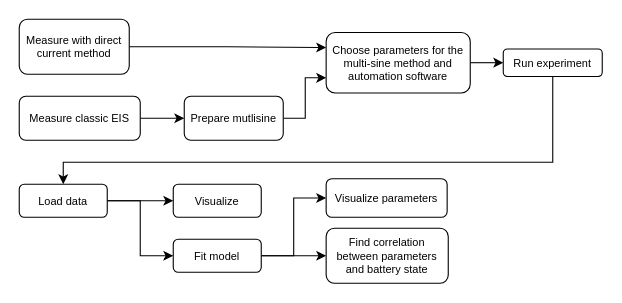
Above: figures/acquisition/DEIS_pipeline.drawio in federicoscarpioni/PhD_dissertation (draw.io), before the change. Source tidied: cells renumbered, new cells numbered last; positions are measured from the earlier drawing's top-left corner, leaving out a move shared by most shapes. Both pictures are drawn from the tidied source at 110%, with x=0, y=0 at pixel (19, 19).
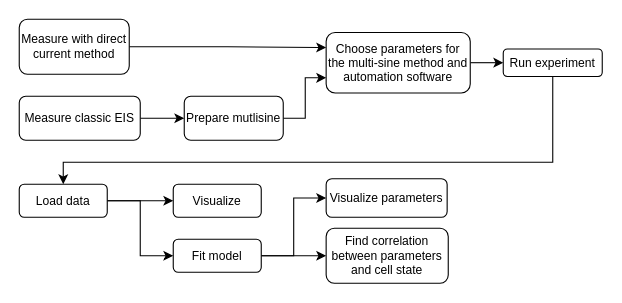
The same diagram, later.

What changed in the source:
```diff
@@
-    <mxCell id="2" style="edgeStyle=orthogonalEdgeStyle;rounded=0;jettySize=auto;html=1;exitX=1;exitY=0.5;exitDx=0;exitDy=0;entryX=0;entryY=0.25;entryDx=0;entryDy=0;fontSize=10;" parent="1" edge="1" source="3" target="9">
+    <mxCell id="2" style="edgeStyle=orthogonalEdgeStyle;rounded=0;jettySize=auto;html=1;exitX=1;exitY=0.5;exitDx=0;exitDy=0;entryX=0;entryY=0.25;entryDx=0;entryDy=0;fontSize=11;" parent="1" edge="1" source="3" target="9">
       <mxGeometry relative="1" as="geometry" />
     </mxCell>
-    <mxCell id="3" value="Measure with direct current method" style="rounded=1;whiteSpace=wrap;html=1;fontSize=10;" parent="1" vertex="1">
+    <mxCell id="3" value="Measure with direct current method" style="rounded=1;whiteSpace=wrap;html=1;fontSize=11;" parent="1" vertex="1">
       <mxGeometry width="100" height="50" as="geometry" />
     </mxCell>
-    <mxCell id="4" style="edgeStyle=orthogonalEdgeStyle;rounded=0;jettySize=auto;html=1;exitX=1;exitY=0.5;exitDx=0;exitDy=0;entryX=0;entryY=0.5;entryDx=0;entryDy=0;fontSize=10;" parent="1" edge="1" source="5" target="7">
+    <mxCell id="4" style="edgeStyle=orthogonalEdgeStyle;rounded=0;jettySize=auto;html=1;exitX=1;exitY=0.5;exitDx=0;exitDy=0;entryX=0;entryY=0.5;entryDx=0;entryDy=0;fontSize=11;" parent="1" edge="1" source="5" target="7">
       <mxGeometry relative="1" as="geometry" />
     </mxCell>
-    <mxCell id="5" value="Measure classic EIS" style="rounded=1;whiteSpace=wrap;html=1;fontSize=10;" parent="1" vertex="1">
+    <mxCell id="5" value="Measure classic EIS" style="rounded=1;whiteSpace=wrap;html=1;fontSize=11;" parent="1" vertex="1">
       <mxGeometry y="70" width="110" height="40" as="geometry" />
     </mxCell>
-    <mxCell id="6" style="edgeStyle=orthogonalEdgeStyle;rounded=0;jettySize=auto;html=1;exitX=1;exitY=0.5;exitDx=0;exitDy=0;entryX=0;entryY=0.75;entryDx=0;entryDy=0;fontSize=10;" parent="1" edge="1" source="7" target="9">
+    <mxCell id="6" style="edgeStyle=orthogonalEdgeStyle;rounded=0;jettySize=auto;html=1;exitX=1;exitY=0.5;exitDx=0;exitDy=0;entryX=0;entryY=0.75;entryDx=0;entryDy=0;fontSize=11;" parent="1" edge="1" source="7" target="9">
       <mxGeometry relative="1" as="geometry" />
     </mxCell>
-    <mxCell id="7" value="Prepare mutlisine" style="rounded=1;whiteSpace=wrap;html=1;fontSize=10;" parent="1" vertex="1">
+    <mxCell id="7" value="Prepare mutlisine" style="rounded=1;whiteSpace=wrap;html=1;fontSize=11;" parent="1" vertex="1">
       <mxGeometry x="150" y="70" width="90" height="40" as="geometry" />
     </mxCell>
-    <mxCell id="8" style="edgeStyle=orthogonalEdgeStyle;rounded=0;jettySize=auto;html=1;exitX=1;exitY=0.5;exitDx=0;exitDy=0;entryX=0;entryY=0.5;entryDx=0;entryDy=0;fontSize=10;" parent="1" edge="1" source="9" target="11">
+    <mxCell id="8" style="edgeStyle=orthogonalEdgeStyle;rounded=0;jettySize=auto;html=1;exitX=1;exitY=0.5;exitDx=0;exitDy=0;entryX=0;entryY=0.5;entryDx=0;entryDy=0;fontSize=11;" parent="1" edge="1" source="9" target="11">
       <mxGeometry relative="1" as="geometry" />
     </mxCell>
-    <mxCell id="9" value="Choose parameters for the multi-sine method and automation software" style="rounded=1;whiteSpace=wrap;html=1;fontSize=10;" parent="1" vertex="1">
+    <mxCell id="9" value="Choose parameters for the multi-sine method and automation software" style="rounded=1;whiteSpace=wrap;html=1;fontSize=11;" parent="1" vertex="1">
       <mxGeometry x="279" y="12" width="131" height="55" as="geometry" />
     </mxCell>
-    <mxCell id="10" style="edgeStyle=orthogonalEdgeStyle;rounded=0;jettySize=auto;html=1;exitX=0.5;exitY=1;exitDx=0;exitDy=0;entryX=0.5;entryY=0;entryDx=0;entryDy=0;" parent="1" edge="1" source="11" target="14">
+    <mxCell id="10" style="edgeStyle=orthogonalEdgeStyle;rounded=0;jettySize=auto;html=1;exitX=0.5;exitY=1;exitDx=0;exitDy=0;entryX=0.5;entryY=0;entryDx=0;entryDy=0;fontSize=11;" parent="1" edge="1" source="11" target="14">
       <mxGeometry relative="1" as="geometry">
         <Array as="points">
           <mxPoint x="485" y="130" />
           <mxPoint x="40" y="130" />
         </Array>
       </mxGeometry>
     </mxCell>
-    <mxCell id="11" value="Run experiment" style="rounded=1;whiteSpace=wrap;html=1;fontSize=10;" parent="1" vertex="1">
+    <mxCell id="11" value="Run experiment" style="rounded=1;whiteSpace=wrap;html=1;fontSize=11;" parent="1" vertex="1">
       <mxGeometry x="440" y="27" width="90" height="25" as="geometry" />
     </mxCell>
-    <mxCell id="12" style="edgeStyle=orthogonalEdgeStyle;rounded=0;jettySize=auto;html=1;exitX=1;exitY=0.5;exitDx=0;exitDy=0;entryX=0;entryY=0.5;entryDx=0;entryDy=0;" parent="1" edge="1" source="14" target="15">
+    <mxCell id="12" style="edgeStyle=orthogonalEdgeStyle;rounded=0;jettySize=auto;html=1;exitX=1;exitY=0.5;exitDx=0;exitDy=0;entryX=0;entryY=0.5;entryDx=0;entryDy=0;fontSize=11;" parent="1" edge="1" source="14" target="15">
       <mxGeometry relative="1" as="geometry" />
     </mxCell>
-    <mxCell id="13" style="edgeStyle=orthogonalEdgeStyle;rounded=0;jettySize=auto;html=1;exitX=1;exitY=0.5;exitDx=0;exitDy=0;entryX=0;entryY=0.5;entryDx=0;entryDy=0;" parent="1" edge="1" source="14" target="18">
+    <mxCell id="13" style="edgeStyle=orthogonalEdgeStyle;rounded=0;jettySize=auto;html=1;exitX=1;exitY=0.5;exitDx=0;exitDy=0;entryX=0;entryY=0.5;entryDx=0;entryDy=0;fontSize=11;" parent="1" edge="1" source="14" target="18">
       <mxGeometry relative="1" as="geometry" />
     </mxCell>
-    <mxCell id="14" value="&lt;font style=&quot;font-size: 10px;&quot;&gt;Load data&lt;/font&gt;" style="rounded=1;whiteSpace=wrap;html=1;" parent="1" vertex="1">
+    <mxCell id="14" value="&lt;font&gt;Load data&lt;/font&gt;" style="rounded=1;whiteSpace=wrap;html=1;fontSize=11;" parent="1" vertex="1">
       <mxGeometry y="150" width="80" height="30" as="geometry" />
     </mxCell>
-    <mxCell id="15" value="&lt;font style=&quot;font-size: 10px;&quot;&gt;Visualize&lt;/font&gt;" style="rounded=1;whiteSpace=wrap;html=1;" parent="1" vertex="1">
+    <mxCell id="15" value="&lt;font&gt;Visualize&lt;/font&gt;" style="rounded=1;whiteSpace=wrap;html=1;fontSize=11;" parent="1" vertex="1">
       <mxGeometry x="140" y="150" width="80" height="30" as="geometry" />
     </mxCell>
-    <mxCell id="16" style="edgeStyle=orthogonalEdgeStyle;rounded=0;jettySize=auto;html=1;exitX=1;exitY=0.5;exitDx=0;exitDy=0;entryX=0;entryY=0.5;entryDx=0;entryDy=0;" parent="1" edge="1" source="18" target="19">
+    <mxCell id="16" style="edgeStyle=orthogonalEdgeStyle;rounded=0;jettySize=auto;html=1;exitX=1;exitY=0.5;exitDx=0;exitDy=0;entryX=0;entryY=0.5;entryDx=0;entryDy=0;fontSize=11;" parent="1" edge="1" source="18" target="19">
       <mxGeometry relative="1" as="geometry" />
     </mxCell>
-    <mxCell id="17" style="edgeStyle=orthogonalEdgeStyle;rounded=0;jettySize=auto;html=1;exitX=1;exitY=0.5;exitDx=0;exitDy=0;" parent="1" edge="1" source="18" target="20">
+    <mxCell id="17" style="edgeStyle=orthogonalEdgeStyle;rounded=0;jettySize=auto;html=1;exitX=1;exitY=0.5;exitDx=0;exitDy=0;fontSize=11;" parent="1" edge="1" source="18" target="20">
       <mxGeometry relative="1" as="geometry" />
     </mxCell>
-    <mxCell id="18" value="&lt;font style=&quot;font-size: 10px;&quot;&gt;Fit model&lt;/font&gt;" style="rounded=1;whiteSpace=wrap;html=1;" parent="1" vertex="1">
+    <mxCell id="18" value="&lt;font&gt;Fit model&lt;/font&gt;" style="rounded=1;whiteSpace=wrap;html=1;fontSize=11;" parent="1" vertex="1">
       <mxGeometry x="140" y="200" width="80" height="30" as="geometry" />
     </mxCell>
-    <mxCell id="19" value="Visualize parameters" style="rounded=1;whiteSpace=wrap;html=1;fontSize=10;" parent="1" vertex="1">
+    <mxCell id="19" value="Visualize parameters" style="rounded=1;whiteSpace=wrap;html=1;fontSize=11;" parent="1" vertex="1">
       <mxGeometry x="279" y="145" width="110" height="35" as="geometry" />
     </mxCell>
-    <mxCell id="20" value="Find correlation between parameters and battery state" style="rounded=1;whiteSpace=wrap;html=1;fontSize=10;" parent="1" vertex="1">
+    <mxCell id="20" value="Find correlation between parameters and cell state" style="rounded=1;whiteSpace=wrap;html=1;fontSize=11;" parent="1" vertex="1">
       <mxGeometry x="279" y="190" width="111" height="50" as="geometry" />
     </mxCell>
```
